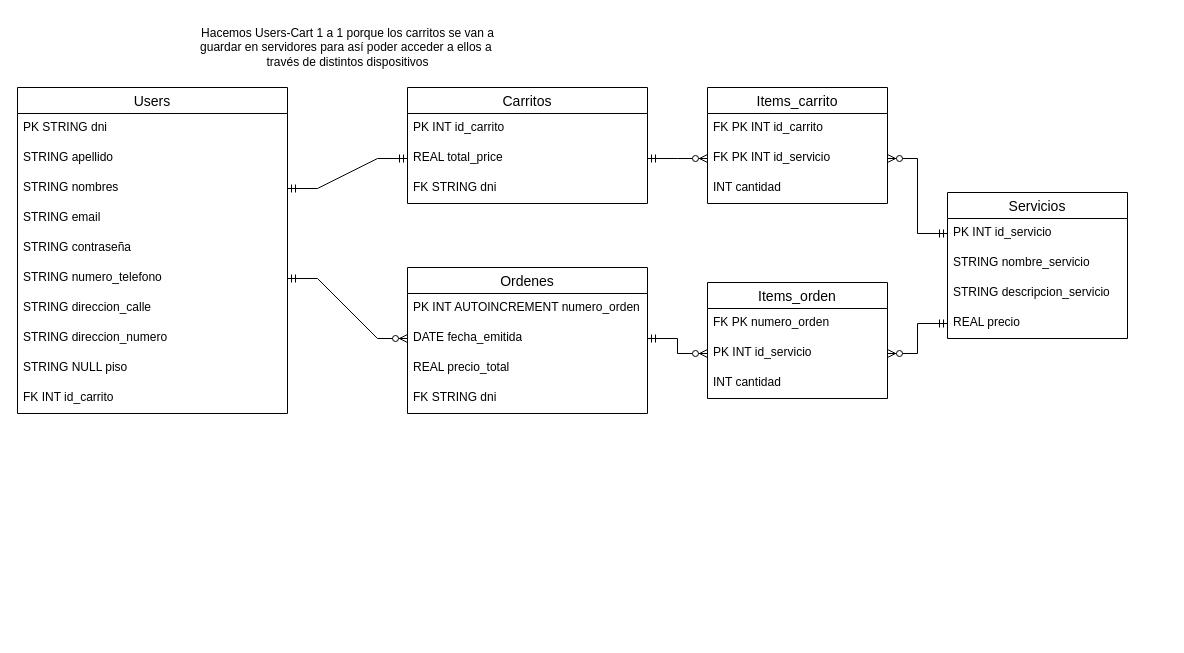
Before: archivos/BD.drawio in nicolasRuarte/olimpiadas-fvhn, a draw.io diagram. Source tidied: cells renumbered, new cells numbered last; positions are measured from the earlier drawing's top-left corner, leaving out a move shared by most shapes. Both pictures are drawn from the tidied source at 100%, with x=0, y=0 at pixel (17, 17).
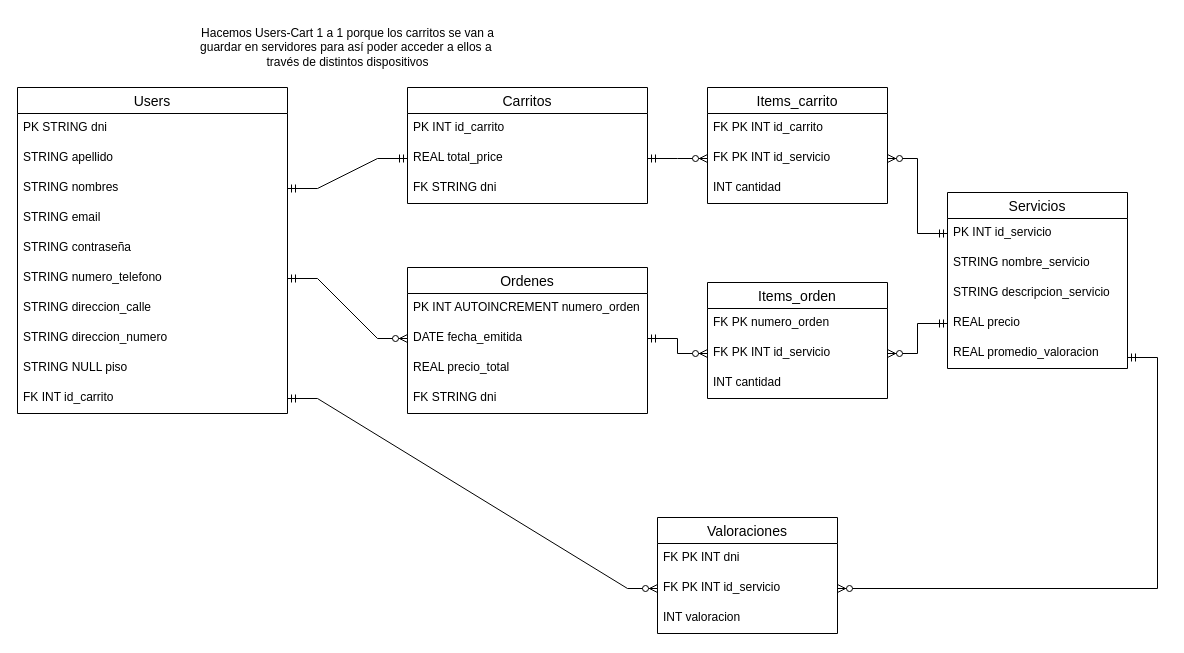
Above is the later version.

Commit message:
Actualización, no terminado

The change refers to these unchanged cells:
```xml
<mxCell id="12" value="FK INT id_carrito" style="text;strokeColor=none;fillColor=none;spacingLeft=4;spacingRight=4;overflow=hidden;points=[[0,0.5],[1,0.5]];portConstraint=eastwest;fontSize=12;whiteSpace=wrap;html=1;" parent="2" vertex="1">
  <mxGeometry y="296" width="270" height="30" as="geometry" />
</mxCell>
<mxCell id="28" value="Items_orden" style="swimlane;fontStyle=0;horizontal=1;startSize=26;align=center;fontSize=14;" parent="1" vertex="1">
  <mxGeometry x="690" y="265" width="180" height="116" as="geometry" />
</mxCell>
```

What changed in the source:
```diff
@@
     <mxCell id="13" value="Servicios" style="swimlane;fontStyle=0;horizontal=1;startSize=26;align=center;fontSize=14;" parent="1" vertex="1">
-      <mxGeometry x="930" y="175" width="180" height="146" as="geometry" />
+      <mxGeometry x="930" y="175" width="180" height="176" as="geometry" />
     </mxCell>
@@
+    <mxCell id="42" value="REAL promedio_valoracion" style="text;strokeColor=none;fillColor=none;spacingLeft=4;spacingRight=4;overflow=hidden;fontSize=12;whiteSpace=wrap;html=1;" parent="13" vertex="1">
+      <mxGeometry y="146" width="180" height="30" as="geometry" />
+    </mxCell>
@@
-    <mxCell id="30" value="PK INT id_servicio" style="text;strokeColor=none;fillColor=none;spacingLeft=4;spacingRight=4;overflow=hidden;points=[[0,0.5],[1,0.5]];portConstraint=eastwest;fontSize=12;whiteSpace=wrap;html=1;" parent="28" vertex="1">
+    <mxCell id="30" value="FK PK INT id_servicio" style="text;strokeColor=none;fillColor=none;spacingLeft=4;spacingRight=4;overflow=hidden;points=[[0,0.5],[1,0.5]];portConstraint=eastwest;fontSize=12;whiteSpace=wrap;html=1;" parent="28" vertex="1">
       <mxGeometry y="56" width="180" height="30" as="geometry" />
     </mxCell>
@@
+    <mxCell id="43" value="Valoraciones" style="swimlane;fontStyle=0;horizontal=1;startSize=26;align=center;fontSize=14;" parent="1" vertex="1">
+      <mxGeometry x="640" y="500" width="180" height="116" as="geometry" />
+    </mxCell>
+    <mxCell id="44" value="FK PK INT dni" style="text;strokeColor=none;fillColor=none;spacingLeft=4;spacingRight=4;overflow=hidden;fontSize=12;whiteSpace=wrap;html=1;" parent="43" vertex="1">
+      <mxGeometry y="26" width="180" height="30" as="geometry" />
+    </mxCell>
+    <mxCell id="45" value="FK PK INT id_servicio" style="text;strokeColor=none;fillColor=none;spacingLeft=4;spacingRight=4;overflow=hidden;points=[[0,0.5],[1,0.5]];portConstraint=eastwest;fontSize=12;whiteSpace=wrap;html=1;" parent="43" vertex="1">
+      <mxGeometry y="56" width="180" height="30" as="geometry" />
+    </mxCell>
+    <mxCell id="46" value="INT valoracion" style="text;strokeColor=none;fillColor=none;spacingLeft=4;spacingRight=4;overflow=hidden;fontSize=12;whiteSpace=wrap;html=1;" parent="43" vertex="1">
+      <mxGeometry y="86" width="180" height="30" as="geometry" />
+    </mxCell>
+    <mxCell id="47" style="edgeStyle=entityRelationEdgeStyle;fontSize=12;html=1;endArrow=ERzeroToMany;startArrow=ERmandOne;rounded=0;entryX=0;entryY=0.5;entryDx=0;entryDy=0;" parent="1" edge="1" source="12" target="45">
+      <mxGeometry relative="1" as="geometry" />
+    </mxCell>
+    <mxCell id="48" style="edgeStyle=entityRelationEdgeStyle;fontSize=12;html=1;endArrow=ERzeroToMany;startArrow=ERmandOne;rounded=0;entryX=1;entryY=0.5;entryDx=0;entryDy=0;" parent="1" edge="1" target="45">
+      <mxGeometry relative="1" as="geometry">
+        <mxPoint x="1110" y="340" as="sourcePoint" />
+        <Array as="points">
+          <mxPoint x="660" y="260" />
+          <mxPoint x="780" y="470" />
+          <mxPoint x="820" y="490" />
+        </Array>
+      </mxGeometry>
+    </mxCell>
```
